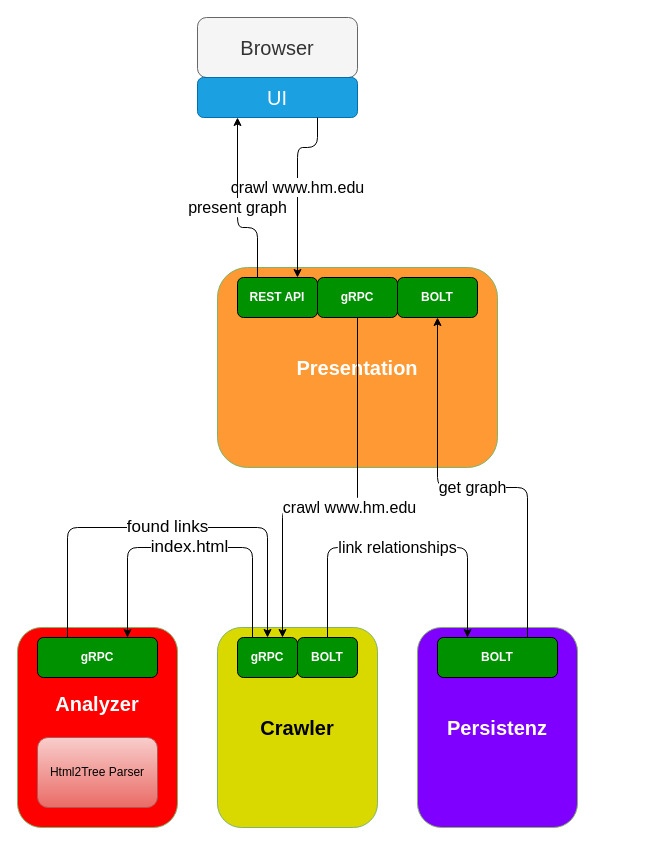
The draw.io diagram page "Page-1" (1 of 2) of Images/4Ausrufezeichen.drawio in DerAlexmeister/SherlockGopher, before the edit. Source tidied: cells renumbered, new cells numbered last; positions are measured from the earlier drawing's top-left corner, leaving out a move shared by most shapes. Both pictures are drawn from the tidied source at 100%, with x=0, y=0 at pixel (17, 17).
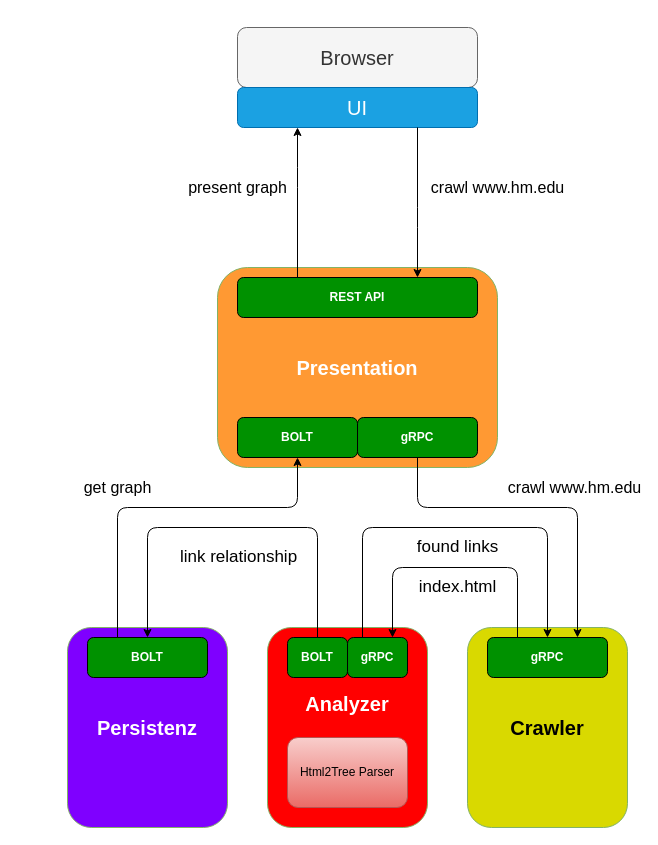
Above is the later version.

The edit, as a diff of the source:
```diff
@@
     <mxCell id="3" value="Crawler" style="rounded=1;whiteSpace=wrap;html=1;labelBackgroundColor=none;fillColor=#D9D900;strokeColor=#82b366;fontColor=#000000;fontStyle=1;fontSize=20;" parent="1" vertex="1">
-      <mxGeometry x="200" y="610" width="160" height="200" as="geometry" />
+      <mxGeometry x="450" y="610" width="160" height="200" as="geometry" />
     </mxCell>
     <mxCell id="4" value="gRPC" style="rounded=1;whiteSpace=wrap;html=1;fillColor=#009100;fontStyle=1;fontColor=#FFFFFF;" parent="1" vertex="1">
-      <mxGeometry x="220" y="620" width="60" height="40" as="geometry" />
+      <mxGeometry x="470" y="620" width="120" height="40" as="geometry" />
     </mxCell>
-    <mxCell id="5" value="BOLT" style="rounded=1;whiteSpace=wrap;html=1;fillColor=#009100;fontStyle=1;fontColor=#FFFFFF;" parent="1" vertex="1">
-      <mxGeometry x="280" y="620" width="60" height="40" as="geometry" />
-    </mxCell>
     <mxCell id="6" value="&lt;div&gt;Analyzer&lt;/div&gt;&lt;div&gt;&lt;br&gt;&lt;/div&gt;&lt;div&gt;&lt;br&gt;&lt;/div&gt;" style="rounded=1;whiteSpace=wrap;html=1;labelBackgroundColor=none;fillColor=#FF0000;strokeColor=#82b366;fontColor=#FFFFFF;fontStyle=1;fontSize=20;" parent="1" vertex="1">
-      <mxGeometry y="610" width="160" height="200" as="geometry" />
+      <mxGeometry x="250" y="610" width="160" height="200" as="geometry" />
     </mxCell>
     <mxCell id="7" value="gRPC" style="rounded=1;whiteSpace=wrap;html=1;fillColor=#009100;fontStyle=1;fontColor=#FFFFFF;" parent="1" vertex="1">
-      <mxGeometry x="20" y="620" width="120" height="40" as="geometry" />
+      <mxGeometry x="330" y="620" width="60" height="40" as="geometry" />
     </mxCell>
     <mxCell id="8" value="Persistenz" style="rounded=1;whiteSpace=wrap;html=1;labelBackgroundColor=none;fillColor=#7F00FF;strokeColor=#82b366;fontColor=#FFFFFF;fontStyle=1;fontSize=20;" parent="1" vertex="1">
-      <mxGeometry x="400" y="610" width="160" height="200" as="geometry" />
+      <mxGeometry x="50" y="610" width="160" height="200" as="geometry" />
     </mxCell>
     <mxCell id="9" value="BOLT" style="rounded=1;whiteSpace=wrap;html=1;fillColor=#009100;fontStyle=1;fontColor=#FFFFFF;" parent="1" vertex="1">
-      <mxGeometry x="420" y="620" width="120" height="40" as="geometry" />
+      <mxGeometry x="70" y="620" width="120" height="40" as="geometry" />
     </mxCell>
     <mxCell id="10" value="&lt;font color=&quot;#000000&quot;&gt;index.html&lt;/font&gt;" style="endArrow=classic;html=1;fontSize=17;fontColor=#FFFFFF;exitX=0.25;exitY=0;exitDx=0;exitDy=0;entryX=0.75;entryY=0;entryDx=0;entryDy=0;" parent="1" edge="1" source="4" target="7">
-      <mxGeometry relative="1" as="geometry">
+      <mxGeometry x="-0.02" y="20" relative="1" as="geometry">
         <Array as="points">
-          <mxPoint x="235" y="530" />
-          <mxPoint x="110" y="530" />
+          <mxPoint x="500" y="550" />
+          <mxPoint x="375" y="550" />
         </Array>
       </mxGeometry>
     </mxCell>
     <mxCell id="11" value="&lt;font style=&quot;font-size: 16px;&quot; color=&quot;#000000&quot;&gt;crawl www.hm.edu&lt;br style=&quot;font-size: 16px;&quot;&gt;&lt;/font&gt;" style="endArrow=classic;html=1;fontSize=16;fontColor=#FFFFFF;exitX=0.5;exitY=1;exitDx=0;exitDy=0;entryX=0.75;entryY=0;entryDx=0;entryDy=0;" parent="1" edge="1" source="18" target="4">
-      <mxGeometry relative="1" as="geometry">
+      <mxGeometry x="0.22" y="20" relative="1" as="geometry">
         <Array as="points">
-          <mxPoint x="340" y="490" />
-          <mxPoint x="265" y="490" />
+          <mxPoint x="400" y="490" />
+          <mxPoint x="560" y="490" />
         </Array>
       </mxGeometry>
     </mxCell>
+    <mxCell id="15" value="&lt;font color=&quot;#000000&quot;&gt;found links&lt;br&gt;&lt;/font&gt;" style="endArrow=classic;html=1;fontSize=17;fontColor=#FFFFFF;entryX=0.5;entryY=0;entryDx=0;entryDy=0;exitX=0.25;exitY=0;exitDx=0;exitDy=0;" parent="1" edge="1" source="7" target="4">
+      <mxGeometry x="0.01" y="-20" relative="1" as="geometry">
+        <Array as="points">
+          <mxPoint x="345" y="510" />
+          <mxPoint x="530" y="510" />
+        </Array>
+      </mxGeometry>
+    </mxCell>
+    <mxCell id="17" value="BOLT" style="rounded=1;whiteSpace=wrap;html=1;fillColor=#009100;fontStyle=1;fontColor=#FFFFFF;" parent="1" vertex="1">
+      <mxGeometry x="220" y="400" width="120" height="40" as="geometry" />
+    </mxCell>
+    <mxCell id="18" value="gRPC" style="rounded=1;whiteSpace=wrap;html=1;fillColor=#009100;fontStyle=1;fontColor=#FFFFFF;" parent="1" vertex="1">
+      <mxGeometry x="340" y="400" width="120" height="40" as="geometry" />
+    </mxCell>
+    <mxCell id="20" value="&lt;font color=&quot;#000000&quot;&gt;get graph&lt;br&gt;&lt;/font&gt;" style="endArrow=classic;html=1;fontSize=16;fontColor=#FFFFFF;entryX=0.5;entryY=1;entryDx=0;entryDy=0;exitX=0.25;exitY=0;exitDx=0;exitDy=0;startArrow=none;startFill=0;" parent="1" edge="1" source="9" target="17">
+      <mxGeometry x="-0.28" y="20" relative="1" as="geometry">
+        <Array as="points">
+          <mxPoint x="100" y="490" />
+          <mxPoint x="280" y="490" />
+        </Array>
+      </mxGeometry>
+    </mxCell>
+    <mxCell id="22" value="Html2Tree Parser" style="rounded=1;whiteSpace=wrap;html=1;fillColor=#f8cecc;strokeColor=#b85450;gradientColor=#ea6b66;fontColor=#000000;" parent="1" vertex="1">
+      <mxGeometry x="270" y="720" width="120" height="70" as="geometry" />
+    </mxCell>
+    <mxCell id="23" value="link relationship" style="endArrow=none;html=1;fontSize=17;fontColor=#000000;exitX=0.5;exitY=0;exitDx=0;exitDy=0;startArrow=classic;startFill=1;endFill=0;entryX=0.5;entryY=0;entryDx=0;entryDy=0;" parent="1" edge="1" source="9" target="5">
+      <mxGeometry x="0.03" y="-30" relative="1" as="geometry">
+        <Array as="points">
+          <mxPoint x="130" y="510" />
+          <mxPoint x="300" y="510" />
+        </Array>
+      </mxGeometry>
+    </mxCell>
+    <mxCell id="5" value="BOLT" style="rounded=1;whiteSpace=wrap;html=1;fillColor=#009100;fontStyle=1;fontColor=#FFFFFF;" parent="1" vertex="1">
+      <mxGeometry x="270" y="620" width="60" height="40" as="geometry" />
+    </mxCell>
     <mxCell id="12" value="Browser" style="rounded=1;whiteSpace=wrap;html=1;labelBackgroundColor=none;fillColor=#f5f5f5;fontSize=20;strokeColor=#666666;fontColor=#333333;" parent="1" vertex="1">
-      <mxGeometry x="180" width="160" height="60" as="geometry" />
+      <mxGeometry x="220" y="10" width="240" height="60" as="geometry" />
     </mxCell>
     <mxCell id="13" value="UI" style="rounded=1;whiteSpace=wrap;html=1;labelBackgroundColor=none;fillColor=#1ba1e2;fontSize=20;fontColor=#ffffff;strokeColor=#006EAF;" parent="1" vertex="1">
-      <mxGeometry x="180" y="60" width="160" height="40" as="geometry" />
+      <mxGeometry x="220" y="70" width="240" height="40" as="geometry" />
     </mxCell>
     <mxCell id="14" value="&lt;font style=&quot;font-size: 16px;&quot; color=&quot;#000000&quot;&gt;crawl www.hm.edu&lt;br style=&quot;font-size: 16px;&quot;&gt;&lt;/font&gt;" style="endArrow=classic;html=1;fontSize=16;fontColor=#FFFFFF;exitX=0.75;exitY=1;exitDx=0;exitDy=0;entryX=0.75;entryY=0;entryDx=0;entryDy=0;" parent="1" edge="1" source="13" target="19">
-      <mxGeometry relative="1" as="geometry">
+      <mxGeometry x="0.2" y="85" relative="1" as="geometry">
         <Array as="points">
-          <mxPoint x="300" y="130" />
-          <mxPoint x="280" y="130" />
+          <mxPoint x="400" y="200" />
         </Array>
+        <mxPoint x="-5" y="-30" as="offset" />
       </mxGeometry>
     </mxCell>
-    <mxCell id="15" value="&lt;font color=&quot;#000000&quot;&gt;found links&lt;br&gt;&lt;/font&gt;" style="endArrow=classic;html=1;fontSize=17;fontColor=#FFFFFF;exitX=0.25;exitY=0;exitDx=0;exitDy=0;entryX=0.5;entryY=0;entryDx=0;entryDy=0;" parent="1" edge="1" source="7" target="4">
-      <mxGeometry relative="1" as="geometry">
-        <Array as="points">
-          <mxPoint x="50" y="510" />
-          <mxPoint x="250" y="510" />
-        </Array>
-      </mxGeometry>
-    </mxCell>
-    <mxCell id="16" value="&lt;font style=&quot;font-size: 16px&quot; color=&quot;#000000&quot;&gt;link relationships&lt;br style=&quot;font-size: 16px&quot;&gt;&lt;/font&gt;" style="endArrow=classic;html=1;fontSize=16;fontColor=#FFFFFF;exitX=0.5;exitY=0;exitDx=0;exitDy=0;" parent="1" edge="1" source="5">
-      <mxGeometry relative="1" as="geometry">
-        <mxPoint x="450" y="620" as="targetPoint" />
-        <Array as="points">
-          <mxPoint x="310" y="530" />
-          <mxPoint x="450" y="530" />
-        </Array>
-      </mxGeometry>
-    </mxCell>
-    <mxCell id="17" value="BOLT" style="rounded=1;whiteSpace=wrap;html=1;fillColor=#009100;fontStyle=1;fontColor=#FFFFFF;" parent="1" vertex="1">
-      <mxGeometry x="380" y="260" width="80" height="40" as="geometry" />
-    </mxCell>
-    <mxCell id="18" value="gRPC" style="rounded=1;whiteSpace=wrap;html=1;fillColor=#009100;fontStyle=1;fontColor=#FFFFFF;" parent="1" vertex="1">
-      <mxGeometry x="300" y="260" width="80" height="40" as="geometry" />
-    </mxCell>
     <mxCell id="19" value="REST API" style="rounded=1;whiteSpace=wrap;html=1;fillColor=#009100;fontStyle=1;fontColor=#FFFFFF;" parent="1" vertex="1">
-      <mxGeometry x="220" y="260" width="80" height="40" as="geometry" />
+      <mxGeometry x="220" y="260" width="240" height="40" as="geometry" />
     </mxCell>
-    <mxCell id="20" value="&lt;font color=&quot;#000000&quot;&gt;get graph&lt;br&gt;&lt;/font&gt;" style="endArrow=classic;html=1;fontSize=16;fontColor=#FFFFFF;entryX=0.5;entryY=1;entryDx=0;entryDy=0;exitX=0.75;exitY=0;exitDx=0;exitDy=0;" parent="1" edge="1" source="9" target="17">
-      <mxGeometry relative="1" as="geometry">
-        <Array as="points">
-          <mxPoint x="510" y="470" />
-          <mxPoint x="420" y="470" />
-        </Array>
-      </mxGeometry>
-    </mxCell>
     <mxCell id="21" value="&lt;font color=&quot;#000000&quot;&gt;present graph&lt;br&gt;&lt;/font&gt;" style="endArrow=classic;html=1;fontSize=16;fontColor=#FFFFFF;exitX=0.25;exitY=0;exitDx=0;exitDy=0;entryX=0.25;entryY=1;entryDx=0;entryDy=0;" parent="1" edge="1" source="19" target="13">
-      <mxGeometry relative="1" as="geometry">
+      <mxGeometry x="0.33" y="61" relative="1" as="geometry">
         <Array as="points">
-          <mxPoint x="240" y="210" />
-          <mxPoint x="220" y="210" />
+          <mxPoint x="280" y="160" />
         </Array>
+        <mxPoint x="1" y="10" as="offset" />
       </mxGeometry>
     </mxCell>
-    <mxCell id="22" value="Html2Tree Parser" style="rounded=1;whiteSpace=wrap;html=1;fillColor=#f8cecc;strokeColor=#b85450;gradientColor=#ea6b66;fontColor=#000000;" parent="1" vertex="1">
-      <mxGeometry x="20" y="720" width="120" height="70" as="geometry" />
-    </mxCell>
```
